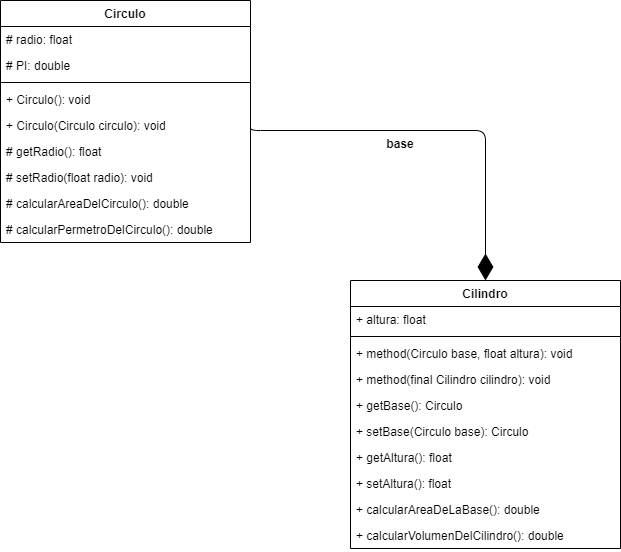
Raynou/Practica_3.1-3.2 keeps this draw.io diagram as Diagrama.drawio.png. Above is the earlier version. Source tidied: cells renumbered, new cells last; positions are measured from the earlier drawing's top-left corner, leaving out a move shared by most shapes. Its diagram source:
```xml
<mxGraphModel>
  <root>
    <mxCell id="0" />
    <mxCell id="1" parent="0" />
    <mxCell id="2" value="Circulo" style="swimlane;fontStyle=1;align=center;verticalAlign=top;horizontal=1;startSize=26;" parent="1" vertex="1">
      <mxGeometry width="250" height="242" as="geometry" />
    </mxCell>
    <mxCell id="3" value="# radio: float" style="text;align=left;verticalAlign=top;spacingLeft=4;spacingRight=4;overflow=hidden;" parent="2" vertex="1">
      <mxGeometry y="26" width="250" height="26" as="geometry" />
    </mxCell>
    <mxCell id="4" value="# PI: double" style="text;align=left;verticalAlign=top;spacingLeft=4;spacingRight=4;overflow=hidden;" parent="2" vertex="1">
      <mxGeometry y="52" width="250" height="26" as="geometry" />
    </mxCell>
    <mxCell id="5" style="line;strokeWidth=1;align=left;verticalAlign=middle;spacingTop=-1;spacingLeft=3;spacingRight=3;labelPosition=right;" parent="2" vertex="1">
      <mxGeometry y="78" width="250" height="8" as="geometry" />
    </mxCell>
    <mxCell id="6" value="+ Circulo(): void" style="text;align=left;verticalAlign=top;spacingLeft=4;spacingRight=4;overflow=hidden;" parent="2" vertex="1">
      <mxGeometry y="86" width="250" height="26" as="geometry" />
    </mxCell>
    <mxCell id="7" value="+ Circulo(Circulo circulo): void" style="text;align=left;verticalAlign=top;spacingLeft=4;spacingRight=4;overflow=hidden;points=[[0,0.5],[1,0.5]];portConstraint=eastwest;" parent="2" vertex="1">
      <mxGeometry y="112" width="250" height="26" as="geometry" />
    </mxCell>
    <mxCell id="8" value="# getRadio(): float" style="text;align=left;verticalAlign=top;spacingLeft=4;spacingRight=4;overflow=hidden;" parent="2" vertex="1">
      <mxGeometry y="138" width="250" height="26" as="geometry" />
    </mxCell>
    <mxCell id="9" value="# setRadio(float radio): void" style="text;align=left;verticalAlign=top;spacingLeft=4;spacingRight=4;overflow=hidden;" parent="2" vertex="1">
      <mxGeometry y="164" width="250" height="26" as="geometry" />
    </mxCell>
    <mxCell id="10" value="# calcularAreaDelCirculo(): double" style="text;align=left;verticalAlign=top;spacingLeft=4;spacingRight=4;overflow=hidden;" parent="2" vertex="1">
      <mxGeometry y="190" width="250" height="26" as="geometry" />
    </mxCell>
    <mxCell id="11" value="# calcularPermetroDelCirculo(): double" style="text;align=left;verticalAlign=top;spacingLeft=4;spacingRight=4;overflow=hidden;" parent="2" vertex="1">
      <mxGeometry y="216" width="250" height="26" as="geometry" />
    </mxCell>
    <mxCell id="12" value="Cilindro" style="swimlane;fontStyle=1;align=center;verticalAlign=top;horizontal=1;startSize=26;" parent="1" vertex="1">
      <mxGeometry x="350" y="280" width="270" height="268" as="geometry" />
    </mxCell>
    <mxCell id="13" value="+ altura: float" style="text;strokeColor=none;fillColor=none;align=left;verticalAlign=top;spacingLeft=4;spacingRight=4;overflow=hidden;" parent="12" vertex="1">
      <mxGeometry y="26" width="270" height="26" as="geometry" />
    </mxCell>
    <mxCell id="14" style="line;strokeWidth=1;fillColor=none;align=left;verticalAlign=middle;spacingTop=-1;spacingLeft=3;spacingRight=3;labelPosition=right;" parent="12" vertex="1">
      <mxGeometry y="52" width="270" height="8" as="geometry" />
    </mxCell>
    <mxCell id="15" value="+ method(Circulo base, float altura): void" style="text;strokeColor=none;fillColor=none;align=left;verticalAlign=top;spacingLeft=4;spacingRight=4;overflow=hidden;" parent="12" vertex="1">
      <mxGeometry y="60" width="270" height="26" as="geometry" />
    </mxCell>
    <mxCell id="16" value="+ method(final Cilindro cilindro): void" style="text;strokeColor=none;fillColor=none;align=left;verticalAlign=top;spacingLeft=4;spacingRight=4;overflow=hidden;" parent="12" vertex="1">
      <mxGeometry y="86" width="270" height="26" as="geometry" />
    </mxCell>
    <mxCell id="17" value="+ getBase(): Circulo" style="text;strokeColor=none;fillColor=none;align=left;verticalAlign=top;spacingLeft=4;spacingRight=4;overflow=hidden;" parent="12" vertex="1">
      <mxGeometry y="112" width="270" height="26" as="geometry" />
    </mxCell>
    <mxCell id="18" value="+ setBase(Circulo base): Circulo" style="text;strokeColor=none;fillColor=none;align=left;verticalAlign=top;spacingLeft=4;spacingRight=4;overflow=hidden;" parent="12" vertex="1">
      <mxGeometry y="138" width="270" height="26" as="geometry" />
    </mxCell>
    <mxCell id="19" value="+ getAltura(): float" style="text;strokeColor=none;fillColor=none;align=left;verticalAlign=top;spacingLeft=4;spacingRight=4;overflow=hidden;" parent="12" vertex="1">
      <mxGeometry y="164" width="270" height="26" as="geometry" />
    </mxCell>
    <mxCell id="20" value="+ setAltura(): float" style="text;strokeColor=none;fillColor=none;align=left;verticalAlign=top;spacingLeft=4;spacingRight=4;overflow=hidden;" parent="12" vertex="1">
      <mxGeometry y="190" width="270" height="26" as="geometry" />
    </mxCell>
    <mxCell id="21" value="+ calcularAreaDeLaBase(): double" style="text;strokeColor=none;fillColor=none;align=left;verticalAlign=top;spacingLeft=4;spacingRight=4;overflow=hidden;" parent="12" vertex="1">
      <mxGeometry y="216" width="270" height="26" as="geometry" />
    </mxCell>
    <mxCell id="22" value="+ calcularVolumenDelCilindro(): double" style="text;strokeColor=none;fillColor=none;align=left;verticalAlign=top;spacingLeft=4;spacingRight=4;overflow=hidden;" parent="12" vertex="1">
      <mxGeometry y="242" width="270" height="26" as="geometry" />
    </mxCell>
    <mxCell id="23" style="endArrow=diamondThin;endFill=1;endSize=24;html=1;edgeStyle=elbowEdgeStyle;elbow=vertical;entryX=0.5;entryY=0;entryDx=0;entryDy=0;exitX=1;exitY=0.5;exitDx=0;exitDy=0;" parent="1" edge="1" source="7" target="12">
      <mxGeometry relative="1" as="geometry">
        <Array as="points">
          <mxPoint x="320" y="130" />
        </Array>
      </mxGeometry>
    </mxCell>
    <mxCell id="24" value="base" style="text;align=center;fontStyle=1;verticalAlign=middle;spacingLeft=3;spacingRight=3;strokeColor=none;" parent="1" vertex="1">
      <mxGeometry x="360" y="130" width="80" height="26" as="geometry" />
    </mxCell>
  </root>
</mxGraphModel>
```
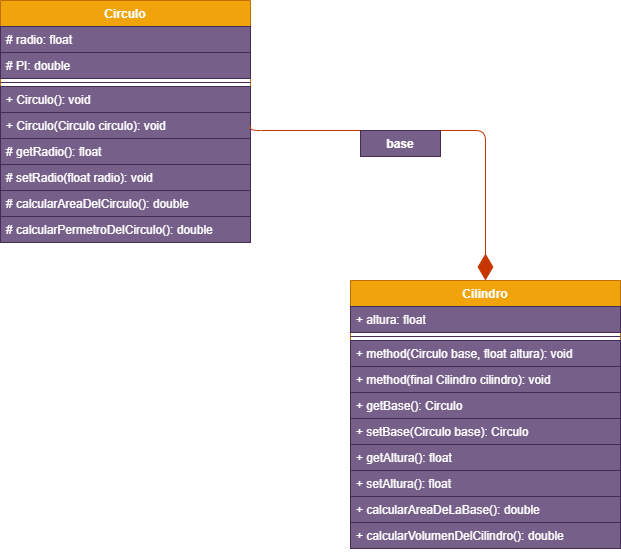
After the commit.

Commit message:
UML hotfix

The edit, as a diff of the source:
```diff
@@ -2,77 +2,77 @@
   <root>
     <mxCell id="0" />
     <mxCell id="1" parent="0" />
-    <mxCell id="2" value="Circulo" style="swimlane;fontStyle=1;align=center;verticalAlign=top;horizontal=1;startSize=26;" parent="1" vertex="1">
+    <mxCell id="2" value="Circulo" style="swimlane;fontStyle=1;align=center;verticalAlign=top;horizontal=1;startSize=26;fillColor=#f0a30a;strokeColor=#BD7000;fontColor=#ffffff;" parent="1" vertex="1">
       <mxGeometry width="250" height="242" as="geometry" />
     </mxCell>
-    <mxCell id="3" value="# radio: float" style="text;align=left;verticalAlign=top;spacingLeft=4;spacingRight=4;overflow=hidden;" parent="2" vertex="1">
+    <mxCell id="3" value="# radio: float" style="text;align=left;verticalAlign=top;spacingLeft=4;spacingRight=4;overflow=hidden;fillColor=#76608a;strokeColor=#432D57;fontColor=#ffffff;" parent="2" vertex="1">
       <mxGeometry y="26" width="250" height="26" as="geometry" />
     </mxCell>
-    <mxCell id="4" value="# PI: double" style="text;align=left;verticalAlign=top;spacingLeft=4;spacingRight=4;overflow=hidden;" parent="2" vertex="1">
+    <mxCell id="4" value="# PI: double" style="text;align=left;verticalAlign=top;spacingLeft=4;spacingRight=4;overflow=hidden;fillColor=#76608a;strokeColor=#432D57;fontColor=#ffffff;" parent="2" vertex="1">
       <mxGeometry y="52" width="250" height="26" as="geometry" />
     </mxCell>
-    <mxCell id="5" style="line;strokeWidth=1;align=left;verticalAlign=middle;spacingTop=-1;spacingLeft=3;spacingRight=3;labelPosition=right;" parent="2" vertex="1">
+    <mxCell id="5" style="line;strokeWidth=1;align=left;verticalAlign=middle;spacingTop=-1;spacingLeft=3;spacingRight=3;labelPosition=right;fillColor=#76608a;strokeColor=#432D57;fontColor=#ffffff;" parent="2" vertex="1">
       <mxGeometry y="78" width="250" height="8" as="geometry" />
     </mxCell>
-    <mxCell id="6" value="+ Circulo(): void" style="text;align=left;verticalAlign=top;spacingLeft=4;spacingRight=4;overflow=hidden;" parent="2" vertex="1">
+    <mxCell id="6" value="+ Circulo(): void" style="text;align=left;verticalAlign=top;spacingLeft=4;spacingRight=4;overflow=hidden;fillColor=#76608a;strokeColor=#432D57;fontColor=#ffffff;" parent="2" vertex="1">
       <mxGeometry y="86" width="250" height="26" as="geometry" />
     </mxCell>
-    <mxCell id="7" value="+ Circulo(Circulo circulo): void" style="text;align=left;verticalAlign=top;spacingLeft=4;spacingRight=4;overflow=hidden;points=[[0,0.5],[1,0.5]];portConstraint=eastwest;" parent="2" vertex="1">
+    <mxCell id="7" value="+ Circulo(Circulo circulo): void" style="text;align=left;verticalAlign=top;spacingLeft=4;spacingRight=4;overflow=hidden;points=[[0,0.5],[1,0.5]];portConstraint=eastwest;fillColor=#76608a;strokeColor=#432D57;fontColor=#ffffff;" parent="2" vertex="1">
       <mxGeometry y="112" width="250" height="26" as="geometry" />
     </mxCell>
-    <mxCell id="8" value="# getRadio(): float" style="text;align=left;verticalAlign=top;spacingLeft=4;spacingRight=4;overflow=hidden;" parent="2" vertex="1">
+    <mxCell id="8" value="# getRadio(): float" style="text;align=left;verticalAlign=top;spacingLeft=4;spacingRight=4;overflow=hidden;fillColor=#76608a;strokeColor=#432D57;fontColor=#ffffff;" parent="2" vertex="1">
       <mxGeometry y="138" width="250" height="26" as="geometry" />
     </mxCell>
-    <mxCell id="9" value="# setRadio(float radio): void" style="text;align=left;verticalAlign=top;spacingLeft=4;spacingRight=4;overflow=hidden;" parent="2" vertex="1">
+    <mxCell id="9" value="# setRadio(float radio): void" style="text;align=left;verticalAlign=top;spacingLeft=4;spacingRight=4;overflow=hidden;fillColor=#76608a;strokeColor=#432D57;fontColor=#ffffff;" parent="2" vertex="1">
       <mxGeometry y="164" width="250" height="26" as="geometry" />
     </mxCell>
-    <mxCell id="10" value="# calcularAreaDelCirculo(): double" style="text;align=left;verticalAlign=top;spacingLeft=4;spacingRight=4;overflow=hidden;" parent="2" vertex="1">
+    <mxCell id="10" value="# calcularAreaDelCirculo(): double" style="text;align=left;verticalAlign=top;spacingLeft=4;spacingRight=4;overflow=hidden;fillColor=#76608a;strokeColor=#432D57;fontColor=#ffffff;" parent="2" vertex="1">
       <mxGeometry y="190" width="250" height="26" as="geometry" />
     </mxCell>
-    <mxCell id="11" value="# calcularPermetroDelCirculo(): double" style="text;align=left;verticalAlign=top;spacingLeft=4;spacingRight=4;overflow=hidden;" parent="2" vertex="1">
+    <mxCell id="11" value="# calcularPermetroDelCirculo(): double" style="text;align=left;verticalAlign=top;spacingLeft=4;spacingRight=4;overflow=hidden;fillColor=#76608a;strokeColor=#432D57;fontColor=#ffffff;" parent="2" vertex="1">
       <mxGeometry y="216" width="250" height="26" as="geometry" />
     </mxCell>
-    <mxCell id="12" value="Cilindro" style="swimlane;fontStyle=1;align=center;verticalAlign=top;horizontal=1;startSize=26;" parent="1" vertex="1">
+    <mxCell id="12" value="Cilindro" style="swimlane;fontStyle=1;align=center;verticalAlign=top;horizontal=1;startSize=26;fillColor=#f0a30a;strokeColor=#BD7000;fontColor=#ffffff;" parent="1" vertex="1">
       <mxGeometry x="350" y="280" width="270" height="268" as="geometry" />
     </mxCell>
-    <mxCell id="13" value="+ altura: float" style="text;strokeColor=none;fillColor=none;align=left;verticalAlign=top;spacingLeft=4;spacingRight=4;overflow=hidden;" parent="12" vertex="1">
+    <mxCell id="13" value="+ altura: float" style="text;strokeColor=#432D57;fillColor=#76608a;align=left;verticalAlign=top;spacingLeft=4;spacingRight=4;overflow=hidden;fontColor=#ffffff;" parent="12" vertex="1">
       <mxGeometry y="26" width="270" height="26" as="geometry" />
     </mxCell>
-    <mxCell id="14" style="line;strokeWidth=1;fillColor=none;align=left;verticalAlign=middle;spacingTop=-1;spacingLeft=3;spacingRight=3;labelPosition=right;" parent="12" vertex="1">
+    <mxCell id="14" style="line;strokeWidth=1;fillColor=#76608a;align=left;verticalAlign=middle;spacingTop=-1;spacingLeft=3;spacingRight=3;labelPosition=right;strokeColor=#432D57;fontColor=#ffffff;" parent="12" vertex="1">
       <mxGeometry y="52" width="270" height="8" as="geometry" />
     </mxCell>
-    <mxCell id="15" value="+ method(Circulo base, float altura): void" style="text;strokeColor=none;fillColor=none;align=left;verticalAlign=top;spacingLeft=4;spacingRight=4;overflow=hidden;" parent="12" vertex="1">
+    <mxCell id="15" value="+ method(Circulo base, float altura): void" style="text;strokeColor=#432D57;fillColor=#76608a;align=left;verticalAlign=top;spacingLeft=4;spacingRight=4;overflow=hidden;fontColor=#ffffff;" parent="12" vertex="1">
       <mxGeometry y="60" width="270" height="26" as="geometry" />
     </mxCell>
-    <mxCell id="16" value="+ method(final Cilindro cilindro): void" style="text;strokeColor=none;fillColor=none;align=left;verticalAlign=top;spacingLeft=4;spacingRight=4;overflow=hidden;" parent="12" vertex="1">
+    <mxCell id="16" value="+ method(final Cilindro cilindro): void" style="text;strokeColor=#432D57;fillColor=#76608a;align=left;verticalAlign=top;spacingLeft=4;spacingRight=4;overflow=hidden;fontColor=#ffffff;" parent="12" vertex="1">
       <mxGeometry y="86" width="270" height="26" as="geometry" />
     </mxCell>
-    <mxCell id="17" value="+ getBase(): Circulo" style="text;strokeColor=none;fillColor=none;align=left;verticalAlign=top;spacingLeft=4;spacingRight=4;overflow=hidden;" parent="12" vertex="1">
+    <mxCell id="17" value="+ getBase(): Circulo" style="text;strokeColor=#432D57;fillColor=#76608a;align=left;verticalAlign=top;spacingLeft=4;spacingRight=4;overflow=hidden;fontColor=#ffffff;" parent="12" vertex="1">
       <mxGeometry y="112" width="270" height="26" as="geometry" />
     </mxCell>
-    <mxCell id="18" value="+ setBase(Circulo base): Circulo" style="text;strokeColor=none;fillColor=none;align=left;verticalAlign=top;spacingLeft=4;spacingRight=4;overflow=hidden;" parent="12" vertex="1">
+    <mxCell id="18" value="+ setBase(Circulo base): Circulo" style="text;strokeColor=#432D57;fillColor=#76608a;align=left;verticalAlign=top;spacingLeft=4;spacingRight=4;overflow=hidden;fontColor=#ffffff;" parent="12" vertex="1">
       <mxGeometry y="138" width="270" height="26" as="geometry" />
     </mxCell>
-    <mxCell id="19" value="+ getAltura(): float" style="text;strokeColor=none;fillColor=none;align=left;verticalAlign=top;spacingLeft=4;spacingRight=4;overflow=hidden;" parent="12" vertex="1">
+    <mxCell id="19" value="+ getAltura(): float" style="text;strokeColor=#432D57;fillColor=#76608a;align=left;verticalAlign=top;spacingLeft=4;spacingRight=4;overflow=hidden;fontColor=#ffffff;" parent="12" vertex="1">
       <mxGeometry y="164" width="270" height="26" as="geometry" />
     </mxCell>
-    <mxCell id="20" value="+ setAltura(): float" style="text;strokeColor=none;fillColor=none;align=left;verticalAlign=top;spacingLeft=4;spacingRight=4;overflow=hidden;" parent="12" vertex="1">
+    <mxCell id="20" value="+ setAltura(): float" style="text;strokeColor=#432D57;fillColor=#76608a;align=left;verticalAlign=top;spacingLeft=4;spacingRight=4;overflow=hidden;fontColor=#ffffff;" parent="12" vertex="1">
       <mxGeometry y="190" width="270" height="26" as="geometry" />
     </mxCell>
-    <mxCell id="21" value="+ calcularAreaDeLaBase(): double" style="text;strokeColor=none;fillColor=none;align=left;verticalAlign=top;spacingLeft=4;spacingRight=4;overflow=hidden;" parent="12" vertex="1">
+    <mxCell id="21" value="+ calcularAreaDeLaBase(): double" style="text;strokeColor=#432D57;fillColor=#76608a;align=left;verticalAlign=top;spacingLeft=4;spacingRight=4;overflow=hidden;fontColor=#ffffff;" parent="12" vertex="1">
       <mxGeometry y="216" width="270" height="26" as="geometry" />
     </mxCell>
-    <mxCell id="22" value="+ calcularVolumenDelCilindro(): double" style="text;strokeColor=none;fillColor=none;align=left;verticalAlign=top;spacingLeft=4;spacingRight=4;overflow=hidden;" parent="12" vertex="1">
+    <mxCell id="22" value="+ calcularVolumenDelCilindro(): double" style="text;strokeColor=#432D57;fillColor=#76608a;align=left;verticalAlign=top;spacingLeft=4;spacingRight=4;overflow=hidden;fontColor=#ffffff;" parent="12" vertex="1">
       <mxGeometry y="242" width="270" height="26" as="geometry" />
     </mxCell>
-    <mxCell id="23" style="endArrow=diamondThin;endFill=1;endSize=24;html=1;edgeStyle=elbowEdgeStyle;elbow=vertical;entryX=0.5;entryY=0;entryDx=0;entryDy=0;exitX=1;exitY=0.5;exitDx=0;exitDy=0;" parent="1" edge="1" source="7" target="12">
+    <mxCell id="23" style="endArrow=diamondThin;endFill=1;endSize=24;html=1;edgeStyle=elbowEdgeStyle;elbow=vertical;entryX=0.5;entryY=0;entryDx=0;entryDy=0;exitX=1;exitY=0.5;exitDx=0;exitDy=0;fillColor=#fa6800;strokeColor=#C73500;" parent="1" edge="1" source="7" target="12">
       <mxGeometry relative="1" as="geometry">
         <Array as="points">
           <mxPoint x="320" y="130" />
         </Array>
       </mxGeometry>
     </mxCell>
-    <mxCell id="24" value="base" style="text;align=center;fontStyle=1;verticalAlign=middle;spacingLeft=3;spacingRight=3;strokeColor=none;" parent="1" vertex="1">
+    <mxCell id="24" value="base" style="text;align=center;fontStyle=1;verticalAlign=middle;spacingLeft=3;spacingRight=3;strokeColor=#432D57;fillColor=#76608a;fontColor=#ffffff;" parent="1" vertex="1">
       <mxGeometry x="360" y="130" width="80" height="26" as="geometry" />
     </mxCell>
   </root>
```
